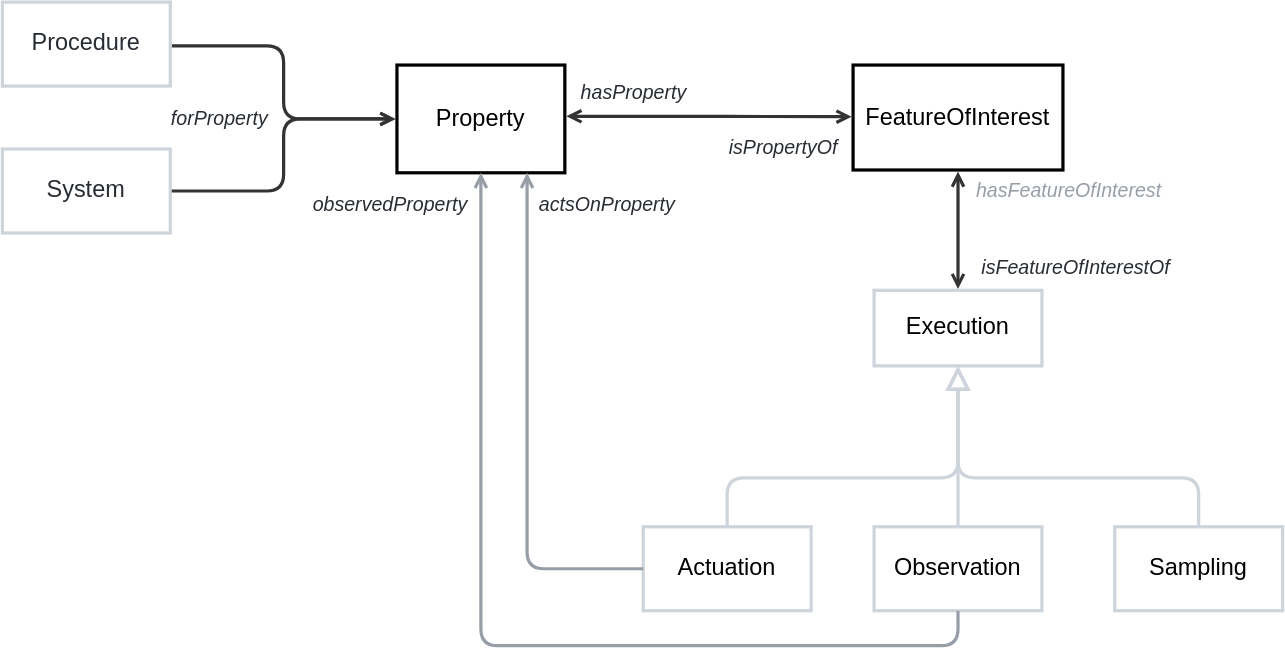
Above: ssn/images/FeatureOfInterest.svg in afeliachi/sdw-sosa-ssn (draw.io), before the change. Source tidied: cells renumbered, new cells last; positions are measured from the earlier drawing's top-left corner, leaving out a move shared by most shapes.
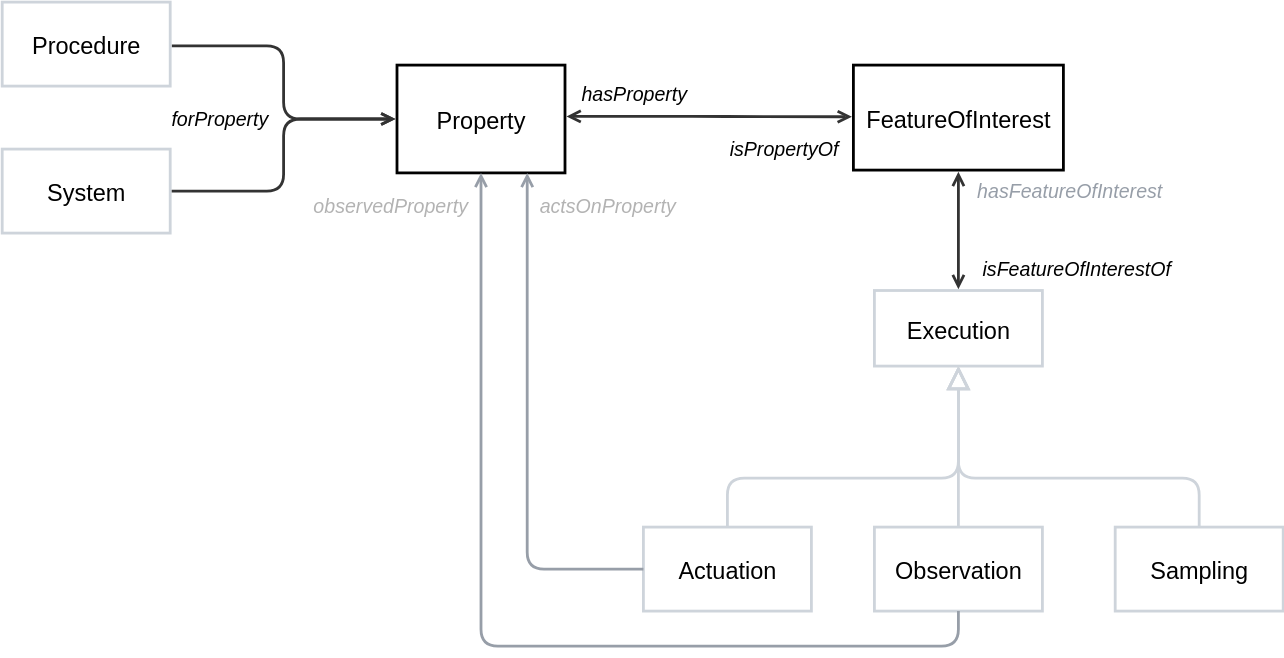
After the change.

Change to the diagram source:
```diff
@@ -2,16 +2,16 @@
   <root>
     <mxCell id="0" />
     <mxCell id="1" parent="0" />
-    <mxCell id="2" style="html=1;jettySize=18;whiteSpace=wrap;fontSize=13;strokeColor=#333333;strokeOpacity=100;strokeWidth=2.3;rounded=1;arcSize=24;edgeStyle=orthogonalEdgeStyle;startArrow=open;endArrow=open;exitX=1.009;exitY=0.476;exitPerimeter=0;entryX=-0.007;entryY=0.492;entryPerimeter=0;lucidId=qE7gnziC8at4;" parent="1" edge="1" source="11" target="12">
+    <mxCell id="2" style="html=1;jettySize=18;whiteSpace=wrap;fontSize=13;strokeColor=#333333;strokeOpacity=100;strokeWidth=2;rounded=1;arcSize=24;edgeStyle=orthogonalEdgeStyle;startArrow=open;endArrow=open;exitX=1.009;exitY=0.476;exitPerimeter=0;entryX=-0.007;entryY=0.492;entryPerimeter=0;lucidId=qE7gnziC8at4;fontColor=default;convertToSvg=1;" parent="1" edge="1" source="11" target="12">
       <mxGeometry relative="1" as="geometry" />
     </mxCell>
-    <mxCell id="3" value="hasProperty" style="html=1;overflow=block;blockSpacing=1;whiteSpace=wrap;fontSize=14;fontColor=#282c33;fontStyle=2;align=center;spacing=0;strokeColor=none;strokeOpacity=100;fillOpacity=100;fillColor=none;strokeWidth=2.3;lucidId=JE7g4Ba55qL5;" parent="1" vertex="1">
+    <mxCell id="3" value="hasProperty" style="html=1;overflow=block;blockSpacing=1;whiteSpace=wrap;fontSize=14;fontColor=default;fontStyle=2;align=center;spacing=0;strokeColor=none;strokeOpacity=100;fillOpacity=100;fillColor=none;strokeWidth=2;lucidId=JE7g4Ba55qL5;convertToSvg=1;" parent="1" vertex="1">
       <mxGeometry x="403" y="52" width="97" height="25" as="geometry" />
     </mxCell>
-    <mxCell id="4" value="isPropertyOf" style="html=1;overflow=block;blockSpacing=1;whiteSpace=wrap;fontSize=14;fontColor=#282c33;fontStyle=2;align=center;spacing=0;strokeColor=none;strokeOpacity=100;fillOpacity=100;fillColor=none;strokeWidth=2.3;lucidId=XE7gh~OT6mx1;" parent="1" vertex="1">
+    <mxCell id="4" value="isPropertyOf" style="html=1;overflow=block;blockSpacing=1;whiteSpace=wrap;fontSize=14;fontColor=default;fontStyle=2;align=center;spacing=0;strokeColor=none;strokeOpacity=100;fillOpacity=100;fillColor=none;strokeWidth=2;lucidId=XE7gh~OT6mx1;convertToSvg=1;" parent="1" vertex="1">
       <mxGeometry x="515" y="88" width="87" height="32" as="geometry" />
     </mxCell>
-    <mxCell id="5" style="html=1;jettySize=18;whiteSpace=wrap;fontSize=13;strokeColor=#ced4db;strokeOpacity=100;strokeWidth=2.3;rounded=1;arcSize=24;edgeStyle=orthogonalEdgeStyle;startArrow=none;lucidId=aH7gLFh9nN79;endArrow=block;endFill=0;endSize=12;" parent="1" edge="1" source="14" target="13">
+    <mxCell id="5" style="html=1;jettySize=18;whiteSpace=wrap;fontSize=13;strokeColor=#ced4db;strokeOpacity=100;strokeWidth=2;rounded=1;arcSize=24;edgeStyle=orthogonalEdgeStyle;startArrow=none;lucidId=aH7gLFh9nN79;endArrow=block;endFill=0;endSize=12;fontColor=default;convertToSvg=1;" parent="1" edge="1" source="14" target="13">
       <mxGeometry relative="1" as="geometry">
         <Array as="points">
           <mxPoint x="518" y="340" />
@@ -19,10 +19,10 @@
         </Array>
       </mxGeometry>
     </mxCell>
-    <mxCell id="6" style="html=1;jettySize=18;whiteSpace=wrap;fontSize=13;strokeColor=#ced4db;strokeOpacity=100;strokeWidth=2.3;rounded=1;arcSize=24;edgeStyle=orthogonalEdgeStyle;startArrow=none;lucidId=rH7gxNO05K2P;endArrow=block;endFill=0;endSize=12;" parent="1" edge="1" source="15" target="13">
+    <mxCell id="6" style="html=1;jettySize=18;whiteSpace=wrap;fontSize=13;strokeColor=#ced4db;strokeOpacity=100;strokeWidth=2;rounded=1;arcSize=24;edgeStyle=orthogonalEdgeStyle;startArrow=none;lucidId=rH7gxNO05K2P;endArrow=block;endFill=0;endSize=12;fontColor=default;convertToSvg=1;" parent="1" edge="1" source="15" target="13">
       <mxGeometry relative="1" as="geometry" />
     </mxCell>
-    <mxCell id="7" style="html=1;jettySize=18;whiteSpace=wrap;fontSize=13;strokeColor=#ced4db;strokeOpacity=100;strokeWidth=2.3;rounded=1;arcSize=24;edgeStyle=orthogonalEdgeStyle;startArrow=none;lucidId=vH7gRg6P1TfJ;endArrow=block;endFill=0;endSize=12;" parent="1" edge="1" source="16" target="13">
+    <mxCell id="7" style="html=1;jettySize=18;whiteSpace=wrap;fontSize=13;strokeColor=#ced4db;strokeOpacity=100;strokeWidth=2;rounded=1;arcSize=24;edgeStyle=orthogonalEdgeStyle;startArrow=none;lucidId=vH7gRg6P1TfJ;endArrow=block;endFill=0;endSize=12;fontColor=default;convertToSvg=1;" parent="1" edge="1" source="16" target="13">
       <mxGeometry relative="1" as="geometry">
         <Array as="points">
           <mxPoint x="855" y="340" />
@@ -30,47 +30,47 @@
         </Array>
       </mxGeometry>
     </mxCell>
-    <mxCell id="8" style="html=1;jettySize=18;whiteSpace=wrap;fontSize=13;strokeColor=#333333;strokeOpacity=100;strokeWidth=2.3;rounded=1;arcSize=24;edgeStyle=orthogonalEdgeStyle;startArrow=open;endArrow=open;exitX=0.5;exitY=-0.016;exitPerimeter=0;entryX=0.5;entryY=1.015;entryPerimeter=0;lucidId=KH7gFxUPWi2Z;" parent="1" edge="1" source="13" target="12">
+    <mxCell id="8" style="html=1;jettySize=18;whiteSpace=wrap;fontSize=13;strokeColor=#333333;strokeOpacity=100;strokeWidth=2;rounded=1;arcSize=24;edgeStyle=orthogonalEdgeStyle;startArrow=open;endArrow=open;exitX=0.5;exitY=-0.016;exitPerimeter=0;entryX=0.5;entryY=1.015;entryPerimeter=0;lucidId=KH7gFxUPWi2Z;fontColor=default;convertToSvg=1;" parent="1" edge="1" source="13" target="12">
       <mxGeometry relative="1" as="geometry" />
     </mxCell>
-    <mxCell id="9" value="hasFeatureOfInterest" style="html=1;overflow=block;blockSpacing=1;whiteSpace=wrap;fontSize=14;fontColor=#979ea8;fontStyle=2;align=center;spacing=0;strokeColor=none;strokeOpacity=100;fillOpacity=100;fillColor=none;strokeWidth=2.3;lucidId=MH7g7DCCYIhM;" parent="1" vertex="1">
+    <mxCell id="9" value="hasFeatureOfInterest" style="html=1;overflow=block;blockSpacing=1;whiteSpace=wrap;fontSize=14;fontColor=#979ea8;fontStyle=2;align=center;spacing=0;strokeColor=none;strokeOpacity=100;fillOpacity=100;fillColor=none;strokeWidth=2;lucidId=MH7g7DCCYIhM;" parent="1" vertex="1">
       <mxGeometry x="690" y="120" width="145" height="30" as="geometry" />
     </mxCell>
-    <mxCell id="10" value="isFeatureOfInterestOf" style="html=1;overflow=block;blockSpacing=1;whiteSpace=wrap;fontSize=14;fontColor=#282c33;fontStyle=2;align=center;spacing=0;strokeColor=none;strokeOpacity=100;fillOpacity=100;fillColor=none;strokeWidth=2.3;lucidId=5H7gI4qzEE4B;" parent="1" vertex="1">
+    <mxCell id="10" value="isFeatureOfInterestOf" style="html=1;overflow=block;blockSpacing=1;whiteSpace=wrap;fontSize=14;fontColor=default;fontStyle=2;align=center;spacing=0;strokeColor=none;strokeOpacity=100;fillOpacity=100;fillColor=none;strokeWidth=2;lucidId=5H7gI4qzEE4B;convertToSvg=1;" parent="1" vertex="1">
       <mxGeometry x="690" y="170" width="155" height="40" as="geometry" />
     </mxCell>
-    <mxCell id="11" value="Property" style="html=1;overflow=block;blockSpacing=1;whiteSpace=wrap;fontSize=16.8;align=center;spacing=0;strokeColor=#000000;fillColor=none;strokeWidth=2.3;" parent="1" vertex="1">
+    <mxCell id="11" value="Property" style="html=1;overflow=block;blockSpacing=1;whiteSpace=wrap;fontSize=16.8;align=center;spacing=0;strokeColor=#000000;fillColor=none;strokeWidth=2;fontColor=default;convertToSvg=1;" parent="1" vertex="1">
       <mxGeometry x="282" y="45" width="120" height="77" as="geometry" />
     </mxCell>
-    <mxCell id="12" value="FeatureOfInterest" style="html=1;overflow=block;blockSpacing=1;whiteSpace=wrap;fontSize=16.8;align=center;spacing=0;strokeColor=#000000;fillColor=none;strokeWidth=2.3;" parent="1" vertex="1">
+    <mxCell id="12" value="FeatureOfInterest" style="html=1;overflow=block;blockSpacing=1;whiteSpace=wrap;fontSize=16.8;align=center;spacing=0;strokeColor=#000000;fillColor=none;strokeWidth=2;fontColor=default;convertToSvg=1;" parent="1" vertex="1">
       <mxGeometry x="608" y="45" width="150" height="75" as="geometry" />
     </mxCell>
-    <mxCell id="13" value="Execution" style="html=1;overflow=block;blockSpacing=1;whiteSpace=wrap;fontSize=16.8;align=center;spacing=0;strokeColor=#ced4db;strokeOpacity=100;fillColor=none;strokeWidth=2.3;" parent="1" vertex="1">
+    <mxCell id="13" value="Execution" style="html=1;overflow=block;blockSpacing=1;whiteSpace=wrap;fontSize=16.8;align=center;spacing=0;strokeColor=#ced4db;strokeOpacity=100;fillColor=none;strokeWidth=2;fontColor=default;convertToSvg=1;" parent="1" vertex="1">
       <mxGeometry x="623" y="206" width="120" height="54" as="geometry" />
     </mxCell>
-    <mxCell id="14" value="Actuation" style="html=1;overflow=block;blockSpacing=1;whiteSpace=wrap;fontSize=16.8;align=center;spacing=0;strokeColor=#ced4db;strokeOpacity=100;fillColor=none;strokeWidth=2.3;" parent="1" vertex="1">
+    <mxCell id="14" value="Actuation" style="html=1;overflow=block;blockSpacing=1;whiteSpace=wrap;fontSize=16.8;align=center;spacing=0;strokeColor=#ced4db;strokeOpacity=100;fillColor=none;strokeWidth=2;fontColor=default;convertToSvg=1;" parent="1" vertex="1">
       <mxGeometry x="458" y="375" width="120" height="60" as="geometry" />
     </mxCell>
-    <mxCell id="15" value="Observation" style="html=1;overflow=block;blockSpacing=1;whiteSpace=wrap;fontSize=16.8;align=center;spacing=0;strokeColor=#ced4db;strokeOpacity=100;fillColor=none;strokeWidth=2.3;" parent="1" vertex="1">
+    <mxCell id="15" value="Observation" style="html=1;overflow=block;blockSpacing=1;whiteSpace=wrap;fontSize=16.8;align=center;spacing=0;strokeColor=#ced4db;strokeOpacity=100;fillColor=none;strokeWidth=2;fontColor=default;convertToSvg=1;" parent="1" vertex="1">
       <mxGeometry x="623" y="375" width="120" height="60" as="geometry" />
     </mxCell>
-    <mxCell id="16" value="Sampling" style="html=1;overflow=block;blockSpacing=1;whiteSpace=wrap;fontSize=16.8;align=center;spacing=0;strokeColor=#ced4db;strokeOpacity=100;fillColor=none;strokeWidth=2.3;" parent="1" vertex="1">
+    <mxCell id="16" value="Sampling" style="html=1;overflow=block;blockSpacing=1;whiteSpace=wrap;fontSize=16.8;align=center;spacing=0;strokeColor=#ced4db;strokeOpacity=100;fillColor=none;strokeWidth=2;fontColor=default;convertToSvg=1;" parent="1" vertex="1">
       <mxGeometry x="795" y="375" width="120" height="60" as="geometry" />
     </mxCell>
-    <mxCell id="17" style="html=1;jettySize=18;whiteSpace=wrap;fontSize=13;strokeColor=#333333;strokeOpacity=100;strokeWidth=2.3;rounded=1;arcSize=24;edgeStyle=orthogonalEdgeStyle;startArrow=open;endArrow=none;exitX=-0.009;exitY=0.5;exitPerimeter=0;entryX=1.009;entryY=0.521;entryPerimeter=0;lucidId=pSVkNt7ojvgl;" parent="1" edge="1" source="11" target="23">
+    <mxCell id="17" style="html=1;jettySize=18;whiteSpace=wrap;fontSize=13;strokeColor=#333333;strokeOpacity=100;strokeWidth=2;rounded=1;arcSize=24;edgeStyle=orthogonalEdgeStyle;startArrow=open;endArrow=none;exitX=-0.009;exitY=0.5;exitPerimeter=0;entryX=1.009;entryY=0.521;entryPerimeter=0;lucidId=pSVkNt7ojvgl;fontColor=default;convertToSvg=1;" parent="1" edge="1" source="11" target="23">
       <mxGeometry relative="1" as="geometry" />
     </mxCell>
-    <mxCell id="18" value="forProperty" style="html=1;overflow=block;blockSpacing=1;whiteSpace=wrap;fontSize=14;fontColor=#282c33;fontStyle=2;align=center;spacing=0;strokeColor=none;strokeOpacity=100;fillOpacity=100;fillColor=none;strokeWidth=2.3;lucidId=HSVkVqzFfwwB;" parent="1" vertex="1">
+    <mxCell id="18" value="forProperty" style="html=1;overflow=block;blockSpacing=1;whiteSpace=wrap;fontSize=14;fontColor=default;fontStyle=2;align=center;spacing=0;strokeColor=none;strokeOpacity=100;fillOpacity=100;fillColor=none;strokeWidth=2;lucidId=HSVkVqzFfwwB;convertToSvg=1;" parent="1" vertex="1">
       <mxGeometry x="101" y="60" width="109" height="45" as="geometry" />
     </mxCell>
-    <mxCell id="19" style="html=1;jettySize=18;whiteSpace=wrap;fontSize=13;strokeColor=#979ea8;strokeOpacity=100;strokeWidth=2.3;rounded=1;arcSize=24;edgeStyle=orthogonalEdgeStyle;startArrow=open;endArrow=none;lucidId=IiJzIse_WvFz;" parent="1" edge="1" source="11" target="14">
+    <mxCell id="19" style="html=1;jettySize=18;whiteSpace=wrap;fontSize=13;strokeColor=#979ea8;strokeOpacity=100;strokeWidth=2;rounded=1;arcSize=24;edgeStyle=orthogonalEdgeStyle;startArrow=open;endArrow=none;lucidId=IiJzIse_WvFz;fontColor=default;convertToSvg=1;" parent="1" edge="1" source="11" target="14">
       <mxGeometry relative="1" as="geometry">
         <Array as="points">
           <mxPoint x="375" y="405" />
         </Array>
       </mxGeometry>
     </mxCell>
-    <mxCell id="20" style="html=1;jettySize=18;whiteSpace=wrap;fontSize=13;strokeColor=#979ea8;strokeOpacity=100;strokeWidth=2.3;rounded=1;arcSize=24;edgeStyle=orthogonalEdgeStyle;startArrow=open;endArrow=none;lucidId=7iJzaNaTC-Lm;" parent="1" edge="1" source="11" target="15">
+    <mxCell id="20" style="html=1;jettySize=18;whiteSpace=wrap;fontSize=13;strokeColor=#979ea8;strokeOpacity=100;strokeWidth=2;rounded=1;arcSize=24;edgeStyle=orthogonalEdgeStyle;startArrow=open;endArrow=none;lucidId=7iJzaNaTC-Lm;fontColor=default;convertToSvg=1;" parent="1" edge="1" source="11" target="15">
       <mxGeometry relative="1" as="geometry">
         <Array as="points">
           <mxPoint x="342" y="460" />
@@ -78,19 +78,19 @@
         </Array>
       </mxGeometry>
     </mxCell>
-    <mxCell id="21" value="actsOnProperty" style="html=1;overflow=block;blockSpacing=1;whiteSpace=wrap;fontSize=14;fontColor=#282c33;fontStyle=2;align=center;spacing=0;strokeColor=none;strokeOpacity=100;fillOpacity=100;fillColor=none;strokeWidth=2.3;lucidId=.jJzRuvJhqB1;" parent="1" vertex="1">
+    <mxCell id="21" value="actsOnProperty" style="html=1;overflow=block;blockSpacing=1;whiteSpace=wrap;fontSize=14;fontColor=#B3B3B3;fontStyle=2;align=center;spacing=0;strokeColor=none;strokeOpacity=100;fillOpacity=100;fillColor=none;strokeWidth=2;lucidId=.jJzRuvJhqB1;convertToSvg=1;" parent="1" vertex="1">
       <mxGeometry x="365" y="122" width="135" height="45" as="geometry" />
     </mxCell>
-    <mxCell id="22" value="observedProperty" style="html=1;overflow=block;blockSpacing=1;whiteSpace=wrap;fontSize=14;fontColor=#282c33;fontStyle=2;align=center;spacing=0;strokeColor=none;strokeOpacity=100;fillOpacity=100;fillColor=none;strokeWidth=2.3;lucidId=rkJzKHddjho2;" parent="1" vertex="1">
+    <mxCell id="22" value="observedProperty" style="html=1;overflow=block;blockSpacing=1;whiteSpace=wrap;fontSize=14;fontColor=#B3B3B3;fontStyle=2;align=center;spacing=0;strokeColor=none;strokeOpacity=100;fillOpacity=100;fillColor=none;strokeWidth=2;lucidId=rkJzKHddjho2;convertToSvg=1;" parent="1" vertex="1">
       <mxGeometry x="210" y="122" width="135" height="45" as="geometry" />
     </mxCell>
-    <mxCell id="23" value="Procedure" style="html=1;overflow=block;blockSpacing=1;whiteSpace=wrap;fontSize=16.8;fontColor=#282c33;align=center;spacing=0;strokeColor=#ced4db;strokeOpacity=100;fillOpacity=100;fillColor=none;strokeWidth=2.3;" parent="1" vertex="1">
+    <mxCell id="23" value="Procedure" style="html=1;overflow=block;blockSpacing=1;whiteSpace=wrap;fontSize=16.8;fontColor=default;align=center;spacing=0;strokeColor=#ced4db;strokeOpacity=100;fillOpacity=100;fillColor=none;strokeWidth=2;convertToSvg=1;" parent="1" vertex="1">
       <mxGeometry width="120" height="60" as="geometry" />
     </mxCell>
-    <mxCell id="24" value="System" style="html=1;overflow=block;blockSpacing=1;whiteSpace=wrap;fontSize=16.8;fontColor=#282c33;align=center;spacing=0;strokeColor=#ced4db;strokeOpacity=100;fillOpacity=100;fillColor=none;strokeWidth=2.3;" parent="1" vertex="1">
+    <mxCell id="24" value="System" style="html=1;overflow=block;blockSpacing=1;whiteSpace=wrap;fontSize=16.8;fontColor=default;align=center;spacing=0;strokeColor=#ced4db;strokeOpacity=100;fillOpacity=100;fillColor=none;strokeWidth=2;convertToSvg=1;" parent="1" vertex="1">
       <mxGeometry y="105" width="120" height="60" as="geometry" />
     </mxCell>
-    <mxCell id="25" style="html=1;jettySize=18;whiteSpace=wrap;fontSize=13;strokeColor=#333333;strokeOpacity=100;strokeWidth=2.3;rounded=1;arcSize=24;edgeStyle=orthogonalEdgeStyle;startArrow=open;endArrow=none;exitX=-0.009;exitY=0.5;exitPerimeter=0;entryX=1.009;entryY=0.5;entryPerimeter=0;lucidId=LnJzHxk0KYME;" parent="1" edge="1" source="11" target="24">
+    <mxCell id="25" style="html=1;jettySize=18;whiteSpace=wrap;fontSize=13;strokeColor=#333333;strokeOpacity=100;strokeWidth=2;rounded=1;arcSize=24;edgeStyle=orthogonalEdgeStyle;startArrow=open;endArrow=none;exitX=-0.009;exitY=0.5;exitPerimeter=0;entryX=1.009;entryY=0.5;entryPerimeter=0;lucidId=LnJzHxk0KYME;fontColor=default;convertToSvg=1;" parent="1" edge="1" source="11" target="24">
       <mxGeometry relative="1" as="geometry" />
     </mxCell>
   </root>
```
